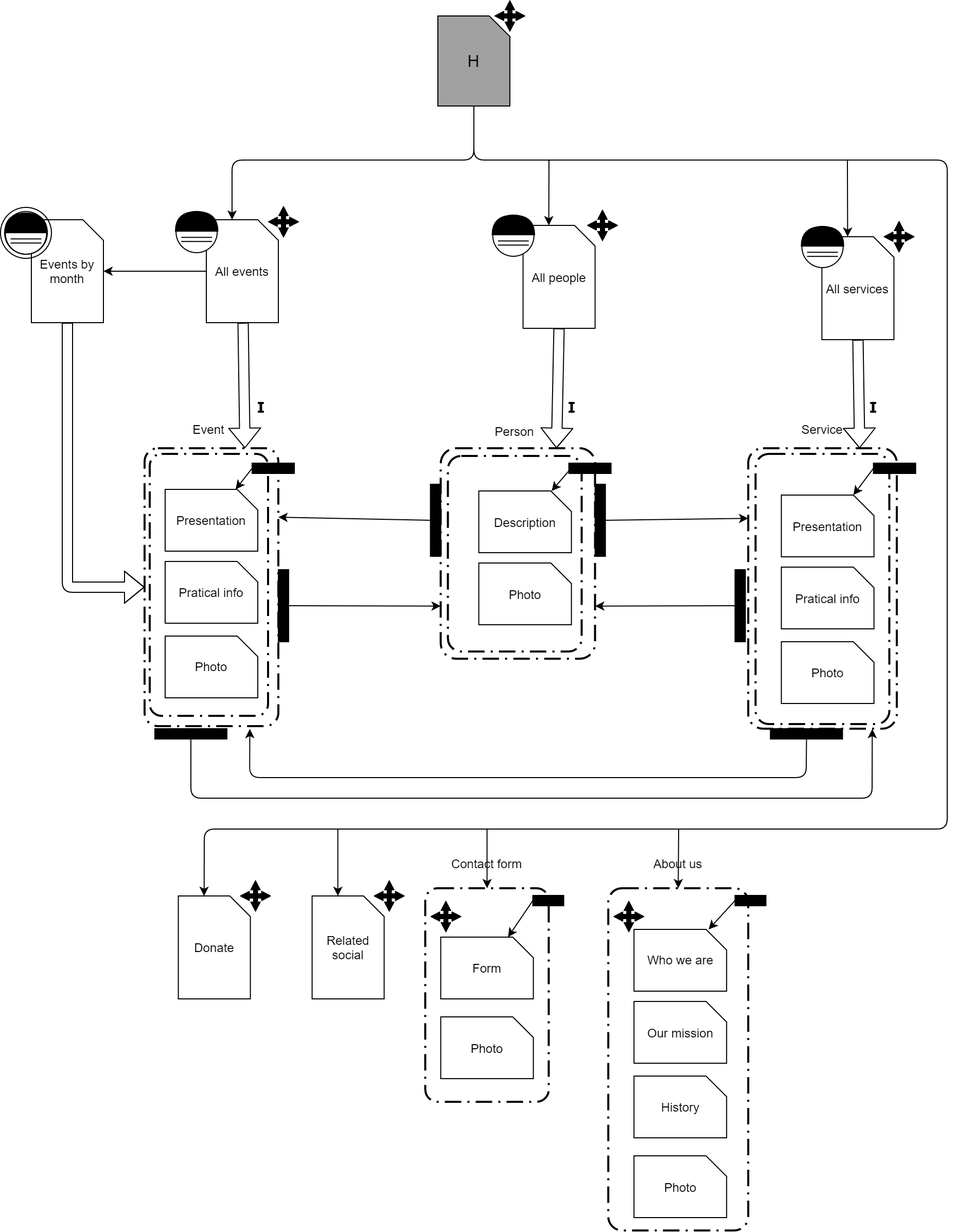
alepas/hypermidia-project keeps this draw.io diagram as Design-Document/assets/P-IDM.png. Above is the earlier version. Source tidied: cells renumbered, new cells last; positions are measured from the earlier drawing's top-left corner, leaving out a move shared by most shapes.
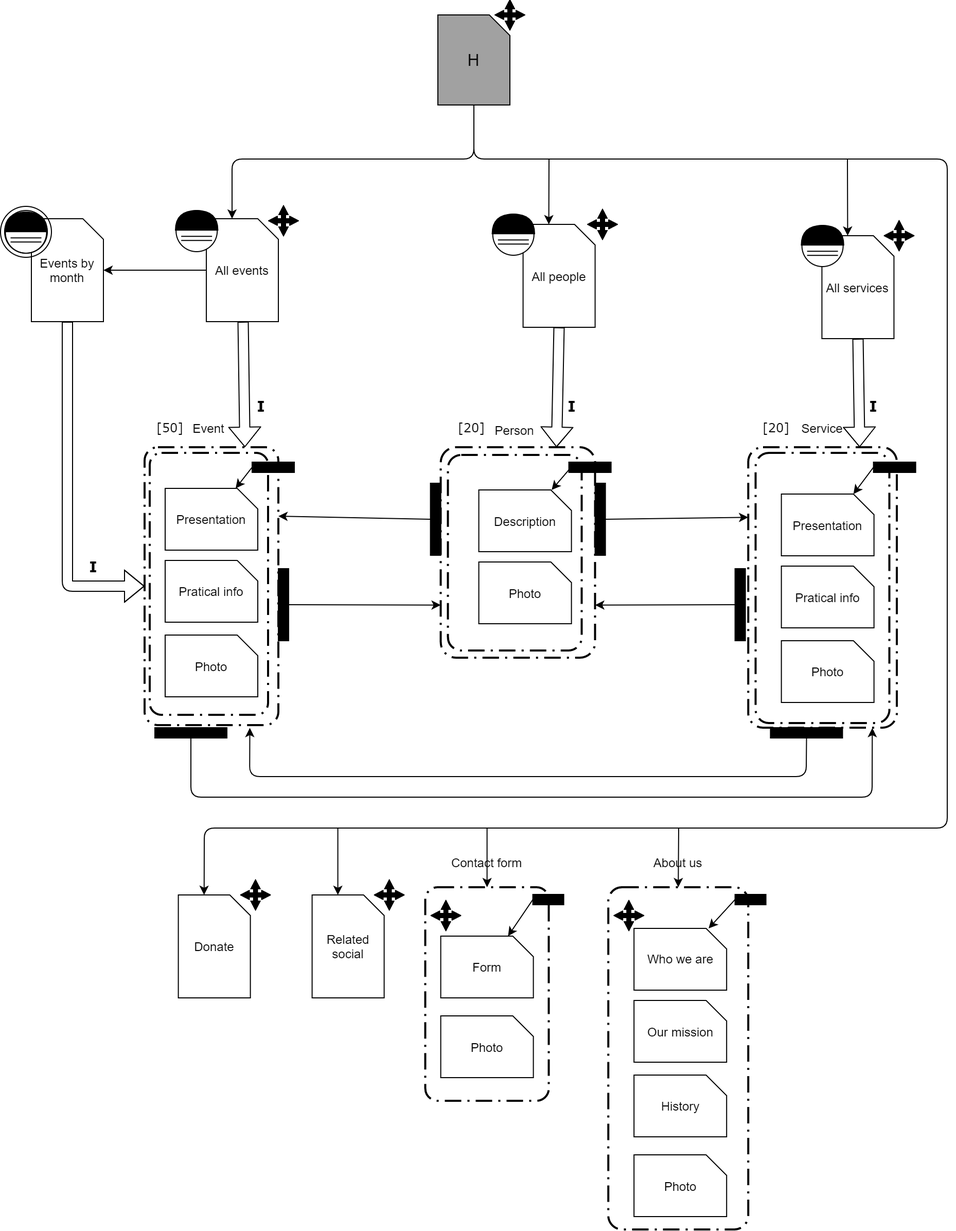
Above is the later version.

Change to the diagram source:
```diff
@@ -409,6 +409,9 @@
     <mxCell id="99" value="I" style="text;html=1;align=center;verticalAlign=middle;fontFamily=Verdana;fontStyle=1;fontSize=14;" parent="1" vertex="1">
       <mxGeometry x="838.2" y="385" width="20" height="20" as="geometry" />
     </mxCell>
+    <mxCell id="113" value="I" style="text;html=1;align=center;verticalAlign=middle;fontFamily=Verdana;fontStyle=1;fontSize=14;" parent="1" vertex="1">
+      <mxGeometry x="80" y="540.5" width="20" height="20" as="geometry" />
+    </mxCell>
     <mxCell id="100" style="rounded=0;whiteSpace=wrap;html=1;fillColor=#000000;strokeColor=#000000;rotation=90;" parent="1" vertex="1">
       <mxGeometry x="260" y="434" width="10" height="41" as="geometry" />
     </mxCell>
@@ -457,5 +460,14 @@
         <mxPoint x="30" as="targetPoint" />
       </mxGeometry>
     </mxCell>
+    <mxCell id="114" value="&lt;font style=&quot;font-size: 12px&quot;&gt;[20]&lt;/font&gt;" style="text;html=1;strokeColor=none;fillColor=none;align=center;verticalAlign=middle;whiteSpace=wrap;rounded=0;fontFamily=Verdana;fontSize=14;" parent="1" vertex="1">
+      <mxGeometry x="437.8" y="405" width="40" height="20" as="geometry" />
+    </mxCell>
+    <mxCell id="115" value="&lt;font style=&quot;font-size: 12px&quot;&gt;[50]&lt;/font&gt;" style="text;html=1;strokeColor=none;fillColor=none;align=center;verticalAlign=middle;whiteSpace=wrap;rounded=0;fontFamily=Verdana;fontSize=14;" parent="1" vertex="1">
+      <mxGeometry x="145" y="405" width="40" height="20" as="geometry" />
+    </mxCell>
+    <mxCell id="116" value="&lt;font style=&quot;font-size: 12px&quot;&gt;[20]&lt;/font&gt;" style="text;html=1;strokeColor=none;fillColor=none;align=center;verticalAlign=middle;whiteSpace=wrap;rounded=0;fontFamily=Verdana;fontSize=14;" parent="1" vertex="1">
+      <mxGeometry x="733.8" y="405" width="40" height="20" as="geometry" />
+    </mxCell>
   </root>
 </mxGraphModel>
```
